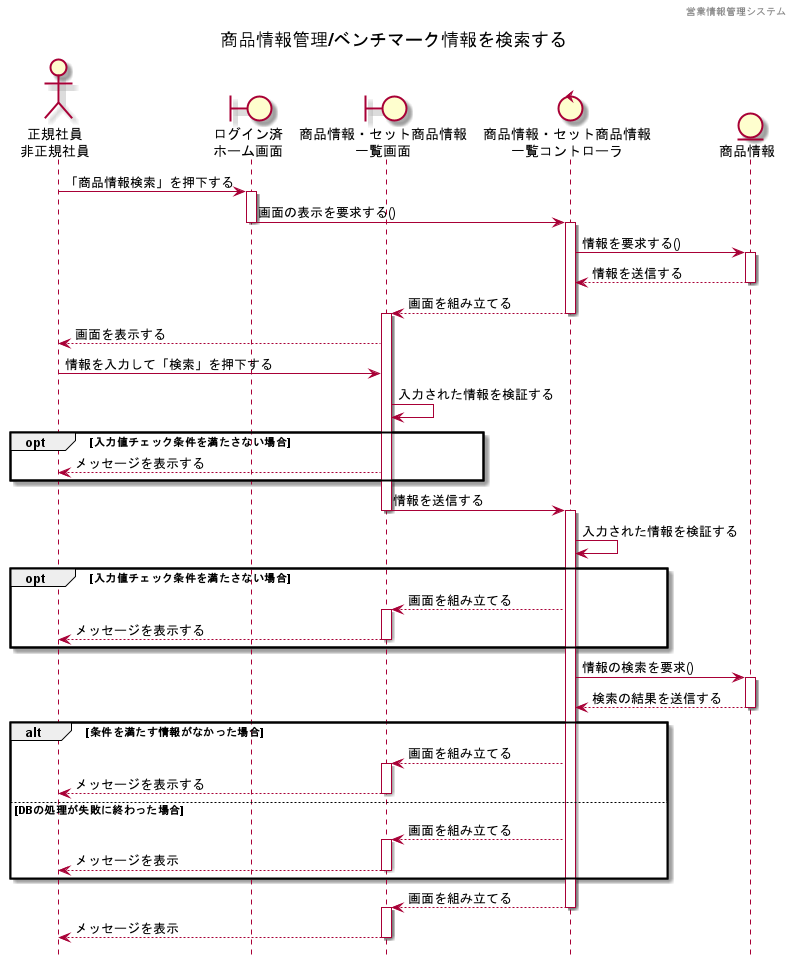
Earlier version of the PlantUML export 各種設計書/4シーケンス図/images/検索機能/ベンチマーク情報検索.png (HaruShim/Sotuken). Its diagram source:
```plantuml
@startuml ../../images/検索機能/ベンチマーク情報検索

hide footbox
header 営業情報管理システム
title 商品情報管理/ベンチマーク情報を検索する

actor "正規社員\n非正規社員" as a1

boundary "ログイン済\nホーム画面" as b1
boundary "商品情報・セット商品情報\n一覧画面" as b2

control "商品情報・セット商品情報\n一覧コントローラ" as c1

entity "商品情報" as e1

a1 -> b1 : 「商品情報検索」を押下する
activate b1
b1 -> c1 : 画面の表示を要求する()
deactivate b1
activate c1
c1 -> e1 : 情報を要求する()
activate e1
e1 --> c1 : 情報を送信する
deactivate e1
c1 --> b2 : 画面を組み立てる
deactivate c1
activate b2
b2 --> a1 : 画面を表示する
a1 -> b2 : 情報を入力して「検索」を押下する
b2 -> b2 : 入力された情報を検証する
opt 入力値チェック条件を満たさない場合
b2 --> a1 : メッセージを表示する
end
b2 -> c1 : 情報を送信する
deactivate b2
activate c1
c1 -> c1 : 入力された情報を検証する
opt 入力値チェック条件を満たさない場合
c1 --> b2 : 画面を組み立てる
activate b2
b2 --> a1 : メッセージを表示する
deactivate b2
end
c1 -> e1 : 情報の検索を要求()
activate e1
e1 --> c1 : 検索の結果を送信する
deactivate e1
alt 条件を満たす情報がなかった場合
c1 --> b2 : 画面を組み立てる
activate b2
b2 --> a1 : メッセージを表示する
deactivate b2
else DBの処理が失敗に終わった場合
c1 --> b2 : 画面を組み立てる
activate b2
b2 --> a1 : メッセージを表示
deactivate b2
end
c1 --> b2 : 画面を組み立てる
deactivate c1
activate b2
b2 --> a1 : メッセージを表示
deactivate b2


@enduml
```
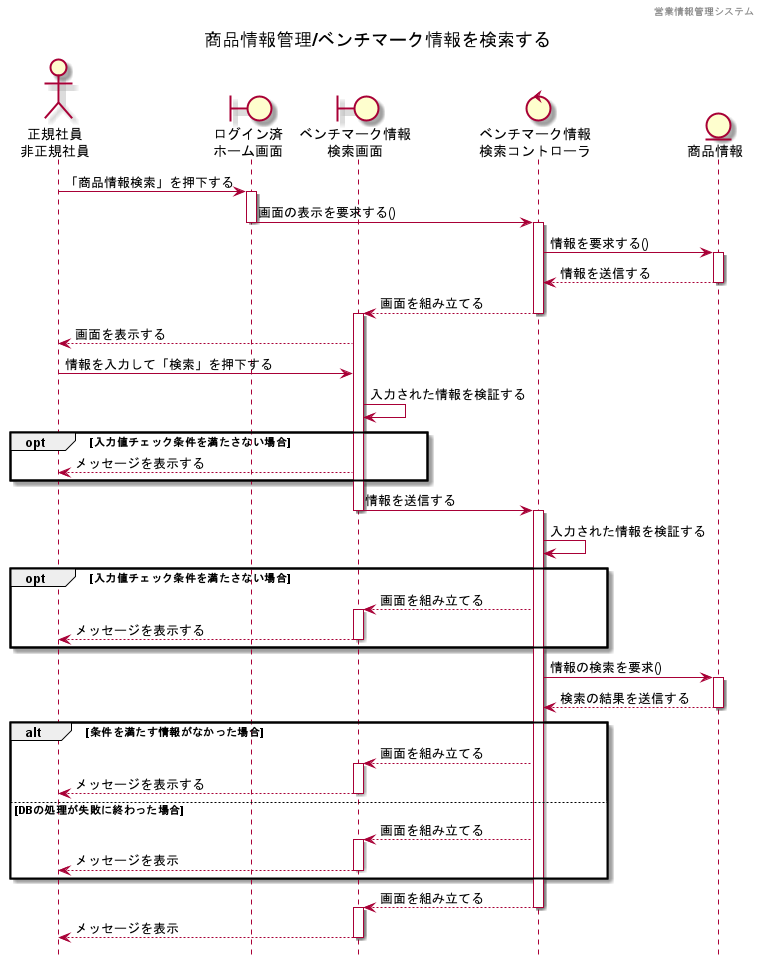
Above is the later version.

The edit, as a diff of the source:
```diff
@@ -7,9 +7,9 @@
 actor "正規社員\n非正規社員" as a1
 
 boundary "ログイン済\nホーム画面" as b1
-boundary "商品情報・セット商品情報\n一覧画面" as b2
+boundary "ベンチマーク情報\n検索画面" as b2
 
-control "商品情報・セット商品情報\n一覧コントローラ" as c1
+control "ベンチマーク情報\n検索コントローラ" as c1
 
 entity "商品情報" as e1
 
```
